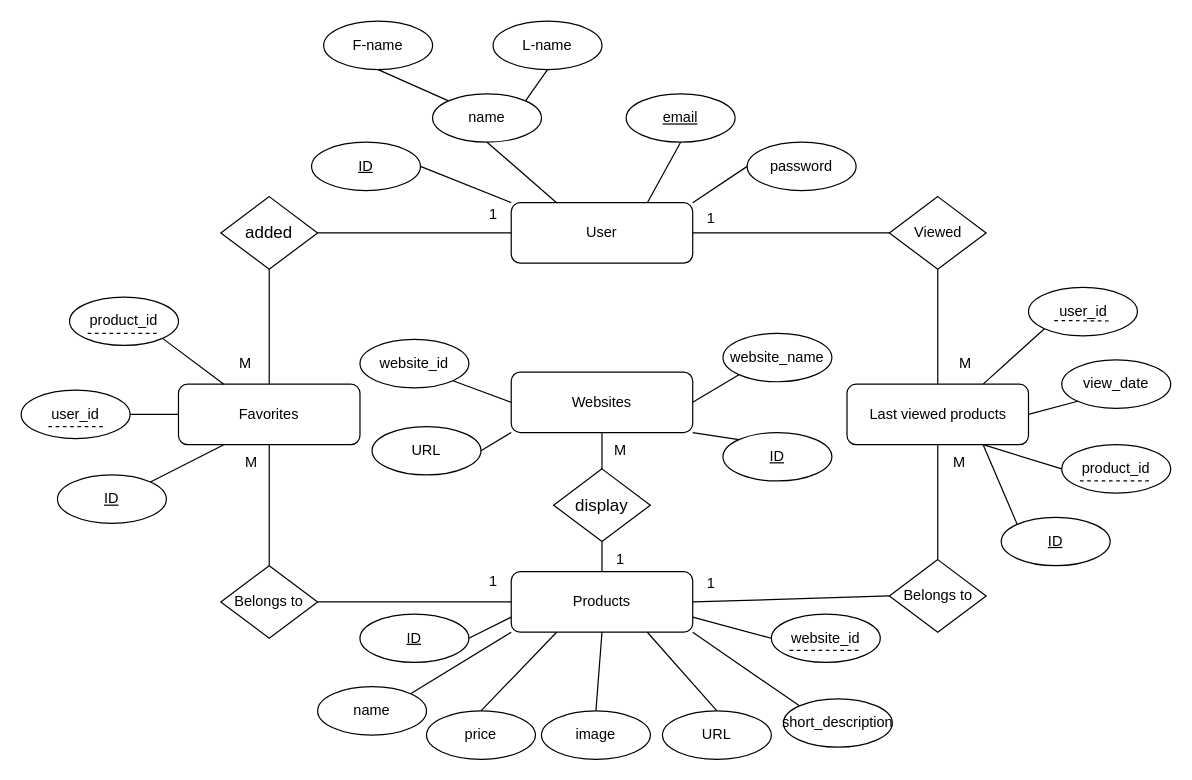
Before: ERD.drawio in amrawni33/grad-UML, a draw.io diagram. Source tidied: cells renumbered, new cells numbered last; positions are measured from the earlier drawing's top-left corner, leaving out a move shared by most shapes. Both pictures are drawn from the tidied source at 121%, with x=0, y=0 at pixel (21, 21).
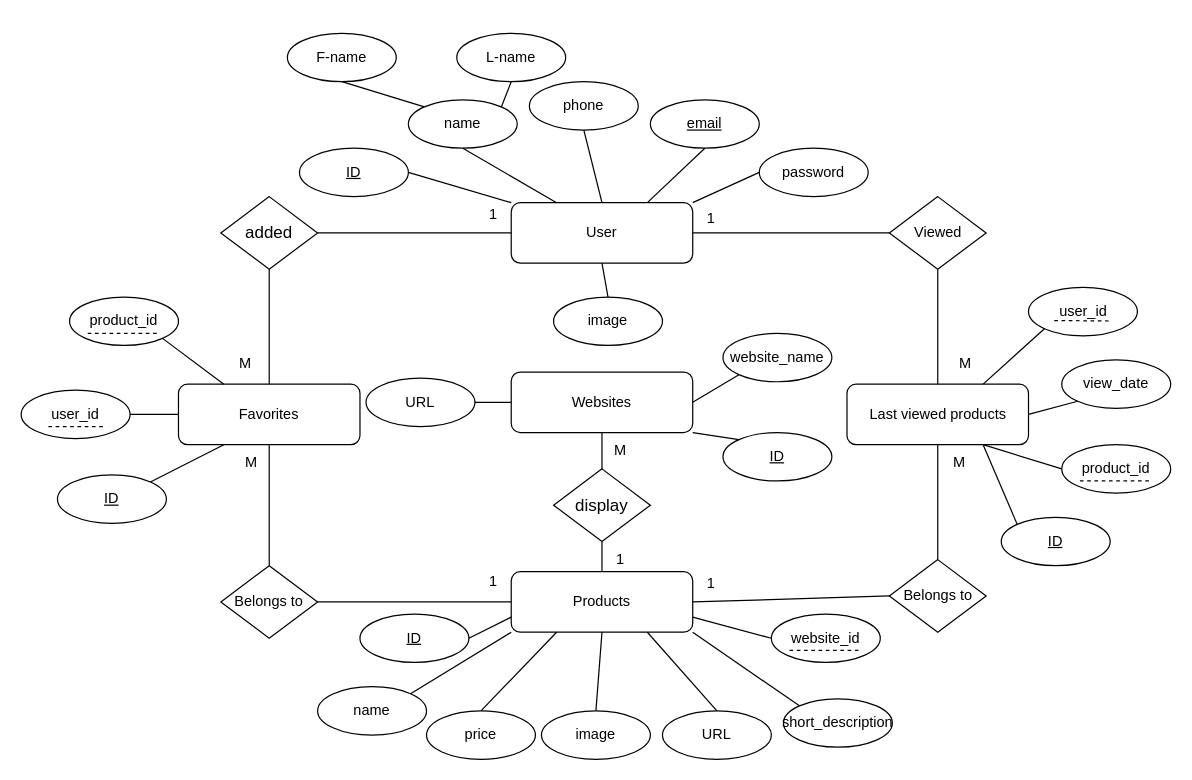
The same diagram, later.

The change refers to these unchanged cells:
```xml
<mxCell id="2" value="User" style="rounded=1;whiteSpace=wrap;html=1;" parent="1" vertex="1">
  <mxGeometry x="405" y="150" width="150" height="50" as="geometry" />
</mxCell>
<mxCell id="18" value="Websites" style="rounded=1;whiteSpace=wrap;html=1;" parent="1" vertex="1">
  <mxGeometry x="405" y="290" width="150" height="50" as="geometry" />
</mxCell>
```

Change to the diagram source:
```diff
@@
     <mxCell id="32" value="URL" style="ellipse;whiteSpace=wrap;html=1;" parent="1" vertex="1">
-      <mxGeometry x="290" y="335" width="90" height="40" as="geometry" />
+      <mxGeometry x="285" y="295" width="90" height="40" as="geometry" />
     </mxCell>
@@
-    <mxCell id="34" value="website_id" style="ellipse;whiteSpace=wrap;html=1;" parent="1" vertex="1">
-      <mxGeometry x="280" y="263" width="90" height="40" as="geometry" />
-    </mxCell>
-    <mxCell id="35" style="endArrow=none;html=1;rounded=0;exitX=0;exitY=0.5;exitDx=0;exitDy=0;entryX=1;entryY=1;entryDx=0;entryDy=0;" parent="1" edge="1" source="18" target="34">
-      <mxGeometry relative="1" as="geometry" />
-    </mxCell>
-    <mxCell id="36" style="endArrow=none;html=1;rounded=0;exitX=1;exitY=0.5;exitDx=0;exitDy=0;entryX=0;entryY=1;entryDx=0;entryDy=0;" parent="1" edge="1" source="32" target="18">
+    <mxCell id="36" style="endArrow=none;html=1;rounded=0;exitX=1;exitY=0.5;exitDx=0;exitDy=0;entryX=0;entryY=0.5;entryDx=0;entryDy=0;" parent="1" edge="1" source="32" target="18">
       <mxGeometry relative="1" as="geometry" />
     </mxCell>
@@
     <mxCell id="38" value="name" style="ellipse;whiteSpace=wrap;html=1;" parent="1" vertex="1">
-      <mxGeometry x="340" y="60" width="90" height="40" as="geometry" />
+      <mxGeometry x="320" y="65" width="90" height="40" as="geometry" />
     </mxCell>
     <mxCell id="39" value="password" style="ellipse;whiteSpace=wrap;html=1;" parent="1" vertex="1">
-      <mxGeometry x="600" y="100" width="90" height="40" as="geometry" />
+      <mxGeometry x="610" y="105" width="90" height="40" as="geometry" />
     </mxCell>
     <mxCell id="40" value="&lt;u&gt;email&lt;/u&gt;" style="ellipse;whiteSpace=wrap;html=1;" parent="1" vertex="1">
-      <mxGeometry x="500" y="60" width="90" height="40" as="geometry" />
+      <mxGeometry x="520" y="65" width="90" height="40" as="geometry" />
     </mxCell>
     <mxCell id="41" value="&lt;u&gt;ID&lt;/u&gt;" style="ellipse;whiteSpace=wrap;html=1;" parent="1" vertex="1">
-      <mxGeometry x="240" y="100" width="90" height="40" as="geometry" />
+      <mxGeometry x="230" y="105" width="90" height="40" as="geometry" />
     </mxCell>
@@
     <mxCell id="46" value="F-name" style="ellipse;whiteSpace=wrap;html=1;" parent="1" vertex="1">
-      <mxGeometry x="250" width="90" height="40" as="geometry" />
+      <mxGeometry x="220" y="10" width="90" height="40" as="geometry" />
     </mxCell>
     <mxCell id="47" value="L-name" style="ellipse;whiteSpace=wrap;html=1;" parent="1" vertex="1">
-      <mxGeometry x="390" width="90" height="40" as="geometry" />
+      <mxGeometry x="360" y="10" width="90" height="40" as="geometry" />
     </mxCell>
@@
+    <mxCell id="85" value="phone" style="ellipse;whiteSpace=wrap;html=1;" parent="1" vertex="1">
+      <mxGeometry x="420" y="50" width="90" height="40" as="geometry" />
+    </mxCell>
+    <mxCell id="86" style="endArrow=none;html=1;rounded=0;exitX=0.5;exitY=1;exitDx=0;exitDy=0;entryX=0.5;entryY=0;entryDx=0;entryDy=0;" parent="1" edge="1" source="85" target="2">
+      <mxGeometry relative="1" as="geometry" />
+    </mxCell>
+    <mxCell id="87" value="image" style="ellipse;whiteSpace=wrap;html=1;" parent="1" vertex="1">
+      <mxGeometry x="440" y="228" width="90" height="40" as="geometry" />
+    </mxCell>
+    <mxCell id="88" style="endArrow=none;html=1;rounded=0;exitX=0.5;exitY=0;exitDx=0;exitDy=0;entryX=0.5;entryY=1;entryDx=0;entryDy=0;" parent="1" edge="1" source="87" target="2">
+      <mxGeometry relative="1" as="geometry" />
+    </mxCell>
```
